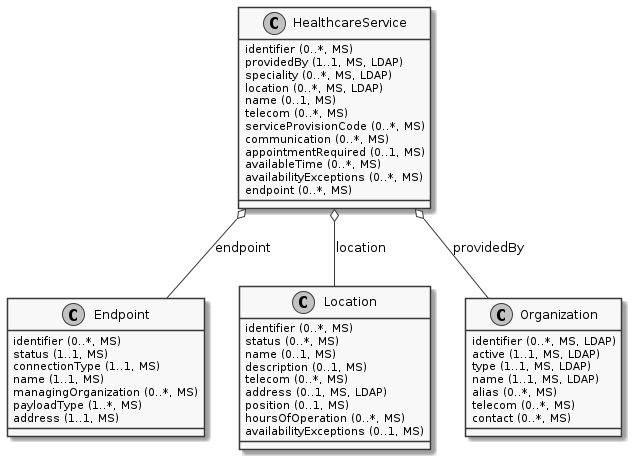
gematik/api-vzd keeps this PlantUML diagram as images/diagrams/ClassDiagram.HealthcareService.png. Above is the earlier version. Source of this version:
```plantuml
@startuml ClassDiagram.HealthcareService
skinparam monochrome true
class HealthcareService {
  {field} identifier (0..*, MS)
  {field} providedBy (1..1, MS, LDAP)
  {field} speciality (0..*, MS, LDAP)
  {field} location (0..*, MS, LDAP)
  {field} name (0..1, MS)
  {field} telecom (0..*, MS)
  {field} serviceProvisionCode (0..*, MS)
  {field} communication (0..*, MS)
  {field} appointmentRequired (0..1, MS)
  {field} availableTime (0..*, MS)
  {field} availabilityExceptions (0..*, MS)
  {field} endpoint (0..*, MS)
}
class Endpoint {
  {field} identifier (0..*, MS)
  {field} status (1..1, MS)
  {field} connectionType (1..1, MS)
  {field} name (1..1, MS)
  {field} managingOrganization (0..*, MS)
  {field} payloadType (1..*, MS)
  {field} address (1..1, MS)
}
class Location {
  {field} identifier (0..*, MS)
  {field} status (0..*, MS)
  {field} name (0..1, MS)
  {field} description (0..1, MS)
  {field} telecom (0..*, MS)
  {field} address (0..1, MS, LDAP)
  {field} position (0..1, MS)
  {field} hoursOfOperation (0..*, MS)
  {field} availabilityExceptions (0..1, MS)
}
class Organization {
  {field} identifier (0..*, MS, LDAP)
  {field} active (1..1, MS, LDAP)
  {field} type (1..1, MS, LDAP)
  {field} name (1..1, MS, LDAP)
  {field} alias (0..*, MS)
  {field} telecom (0..*, MS)
  {field} contact (0..*, MS)
}

HealthcareService o-- Organization: providedBy
HealthcareService o-- Endpoint: endpoint
HealthcareService o-- Location: location

@enduml
```
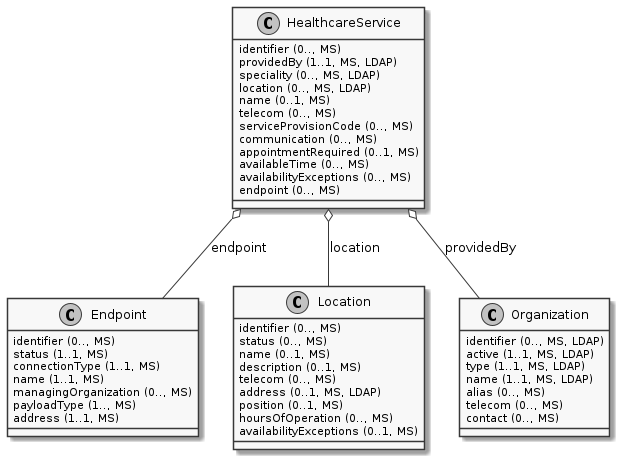
The same diagram one commit later.

Diff of the diagram source:
```diff
@@ -1,47 +1,47 @@
 @startuml ClassDiagram.HealthcareService
 skinparam monochrome true
 class HealthcareService {
-  {field} identifier (0..*, MS)
+  {field} identifier (0.., MS)
   {field} providedBy (1..1, MS, LDAP)
-  {field} speciality (0..*, MS, LDAP)
-  {field} location (0..*, MS, LDAP)
+  {field} speciality (0.., MS, LDAP)
+  {field} location (0.., MS, LDAP)
   {field} name (0..1, MS)
-  {field} telecom (0..*, MS)
-  {field} serviceProvisionCode (0..*, MS)
-  {field} communication (0..*, MS)
+  {field} telecom (0.., MS)
+  {field} serviceProvisionCode (0.., MS)
+  {field} communication (0.., MS)
   {field} appointmentRequired (0..1, MS)
-  {field} availableTime (0..*, MS)
-  {field} availabilityExceptions (0..*, MS)
-  {field} endpoint (0..*, MS)
+  {field} availableTime (0.., MS)
+  {field} availabilityExceptions (0.., MS)
+  {field} endpoint (0.., MS)
 }
 class Endpoint {
-  {field} identifier (0..*, MS)
+  {field} identifier (0.., MS)
   {field} status (1..1, MS)
   {field} connectionType (1..1, MS)
   {field} name (1..1, MS)
-  {field} managingOrganization (0..*, MS)
-  {field} payloadType (1..*, MS)
+  {field} managingOrganization (0.., MS)
+  {field} payloadType (1.., MS)
   {field} address (1..1, MS)
 }
 class Location {
-  {field} identifier (0..*, MS)
-  {field} status (0..*, MS)
+  {field} identifier (0.., MS)
+  {field} status (0.., MS)
   {field} name (0..1, MS)
   {field} description (0..1, MS)
-  {field} telecom (0..*, MS)
+  {field} telecom (0.., MS)
   {field} address (0..1, MS, LDAP)
   {field} position (0..1, MS)
-  {field} hoursOfOperation (0..*, MS)
+  {field} hoursOfOperation (0.., MS)
   {field} availabilityExceptions (0..1, MS)
 }
 class Organization {
-  {field} identifier (0..*, MS, LDAP)
+  {field} identifier (0.., MS, LDAP)
   {field} active (1..1, MS, LDAP)
   {field} type (1..1, MS, LDAP)
   {field} name (1..1, MS, LDAP)
-  {field} alias (0..*, MS)
-  {field} telecom (0..*, MS)
-  {field} contact (0..*, MS)
+  {field} alias (0.., MS)
+  {field} telecom (0.., MS)
+  {field} contact (0.., MS)
 }
 
 HealthcareService o-- Organization: providedBy
```
